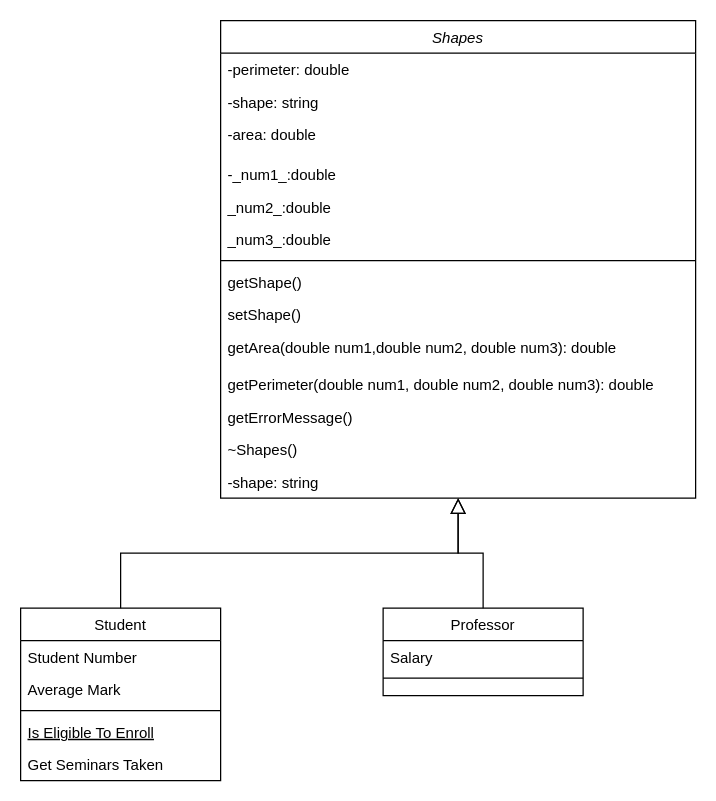
This is OOGeometricPropertyCalculator/Untitled Diagram.drawio from Ayden-Owens/CSCE-240, a draw.io file, before an edit. Source tidied: cells renumbered, new cells numbered last; positions are measured from the earlier drawing's top-left corner, leaving out a move shared by most shapes. Both pictures are drawn from the tidied source at 125%, with x=0, y=0 at pixel (20, 20).
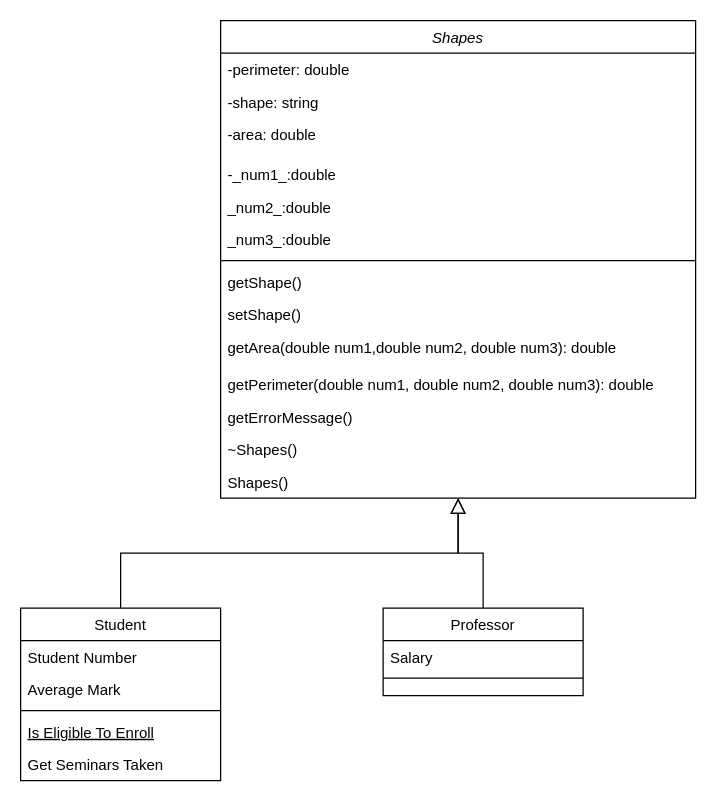
The same page after the edit.

The change refers to these unchanged cells:
```xml
<mxCell id="2" value="Shapes" style="swimlane;fontStyle=2;align=center;verticalAlign=top;horizontal=1;startSize=26;rounded=0;shadow=0;strokeWidth=1;" parent="1" vertex="1">
  <mxGeometry x="160" width="380" height="382" as="geometry" />
</mxCell>
```

The edit, as a diff of the source:
```diff
@@
-    <mxCell id="16" value="-shape: string" style="text;align=left;verticalAlign=top;spacingLeft=4;spacingRight=4;overflow=hidden;" parent="2" vertex="1">
+    <mxCell id="16" value="Shapes()" style="text;align=left;verticalAlign=top;spacingLeft=4;spacingRight=4;overflow=hidden;" parent="2" vertex="1">
       <mxGeometry y="356" width="380" height="26" as="geometry" />
     </mxCell>
```
